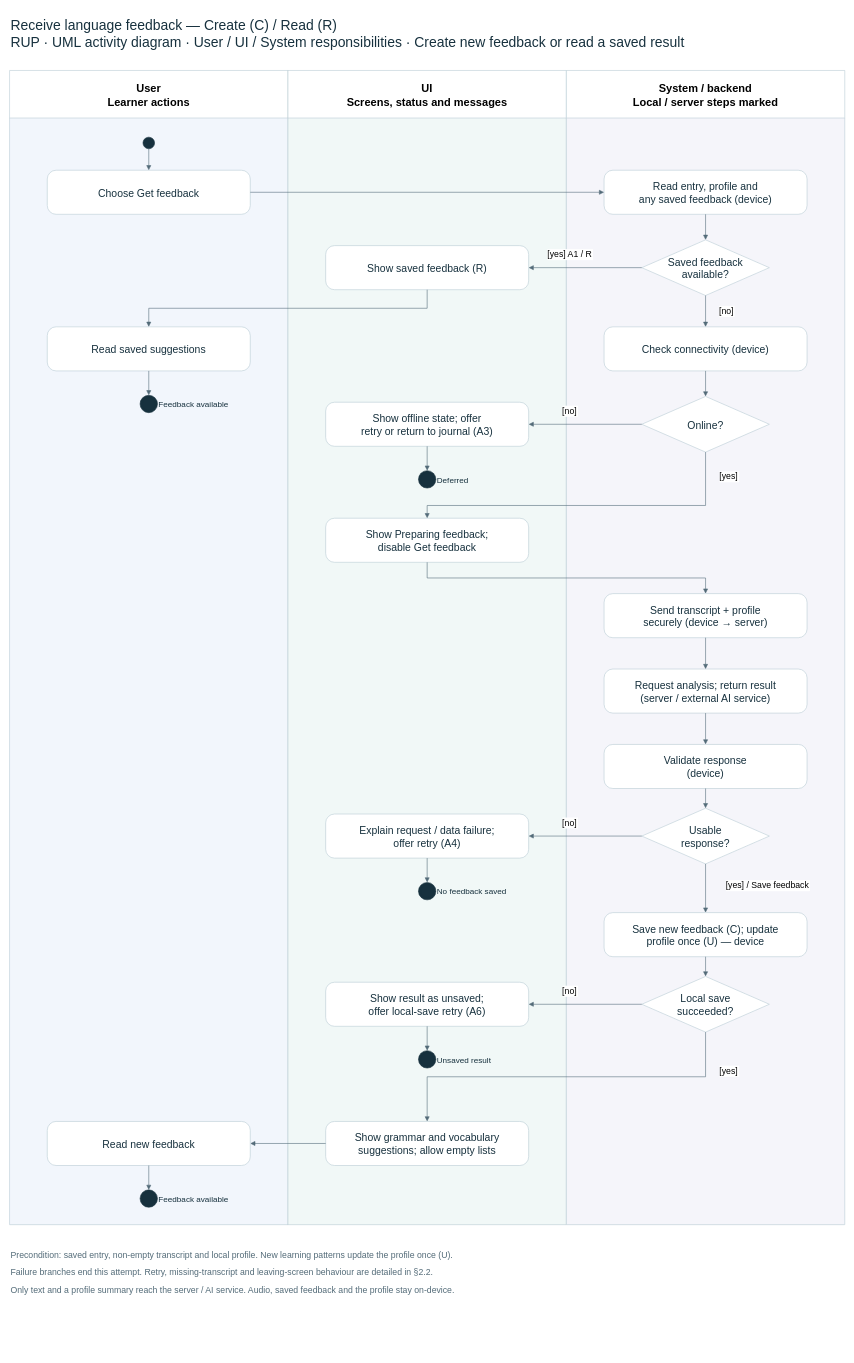
Earlier version of the draw.io diagram page "UC-F01 activity" (3 of 3) of docs/UCs/assets/Talk2Me_Activity_Diagrams.drawio (hwnest25/talk2me). Source tidied: cells renumbered, new cells numbered last; positions are measured from the earlier drawing's top-left corner, leaving out a move shared by most shapes. Both pictures are drawn from the tidied source at 58%, with x=0, y=0 at pixel (9, 9).
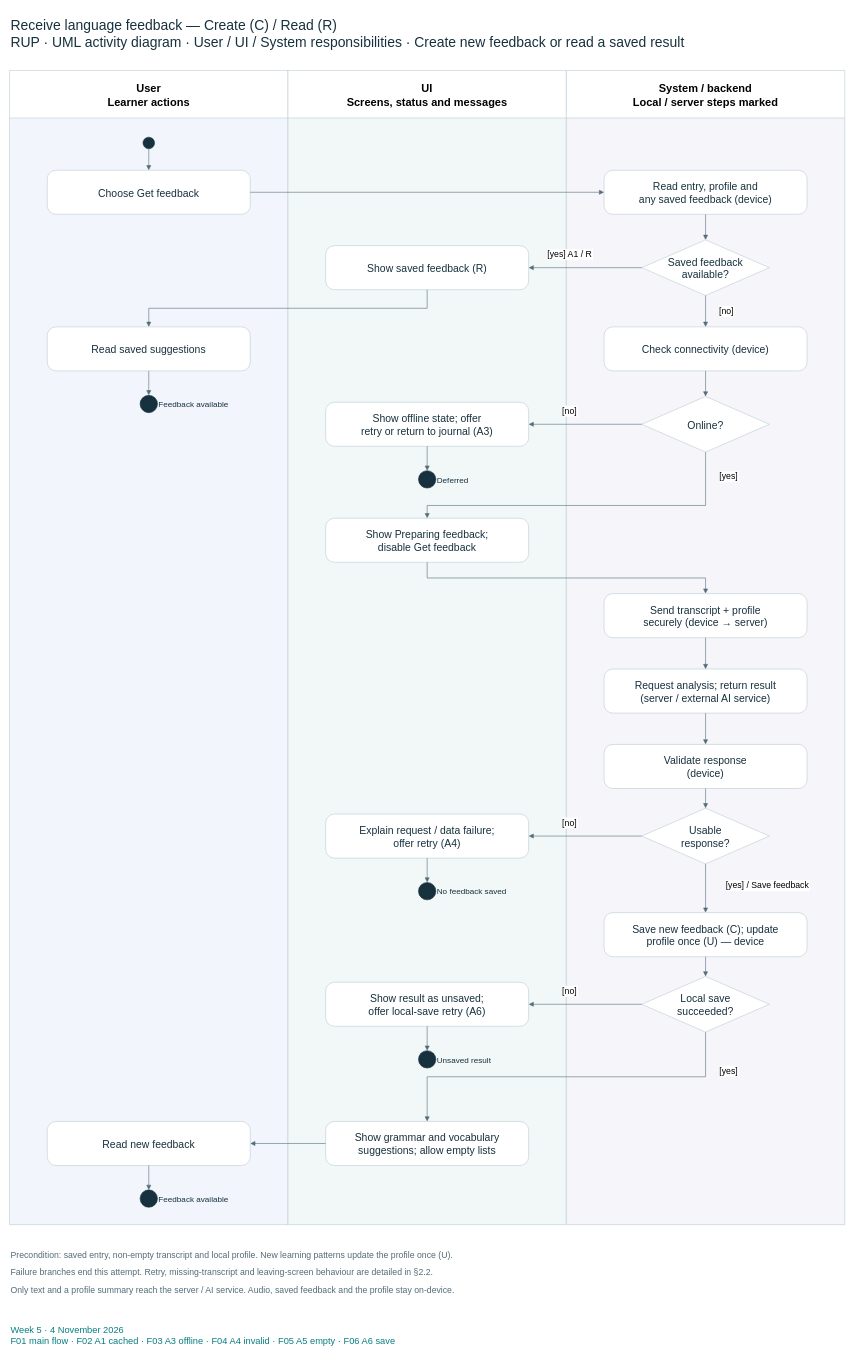
The same diagram, later.

The edit, as a diff of the source:
```diff
@@
+    <mxCell id="58" value="Week 5 · 4 November 2026&#10;F01 main flow · F02 A1 cached · F03 A3 offline · F04 A4 invalid · F05 A5 empty · F06 A6 save" style="text;html=0;align=left;verticalAlign=middle;fontSize=16;fontColor=#087E80;" parent="1" vertex="1">
+      <mxGeometry y="2252" width="1440" height="65" as="geometry" />
+    </mxCell>
```
